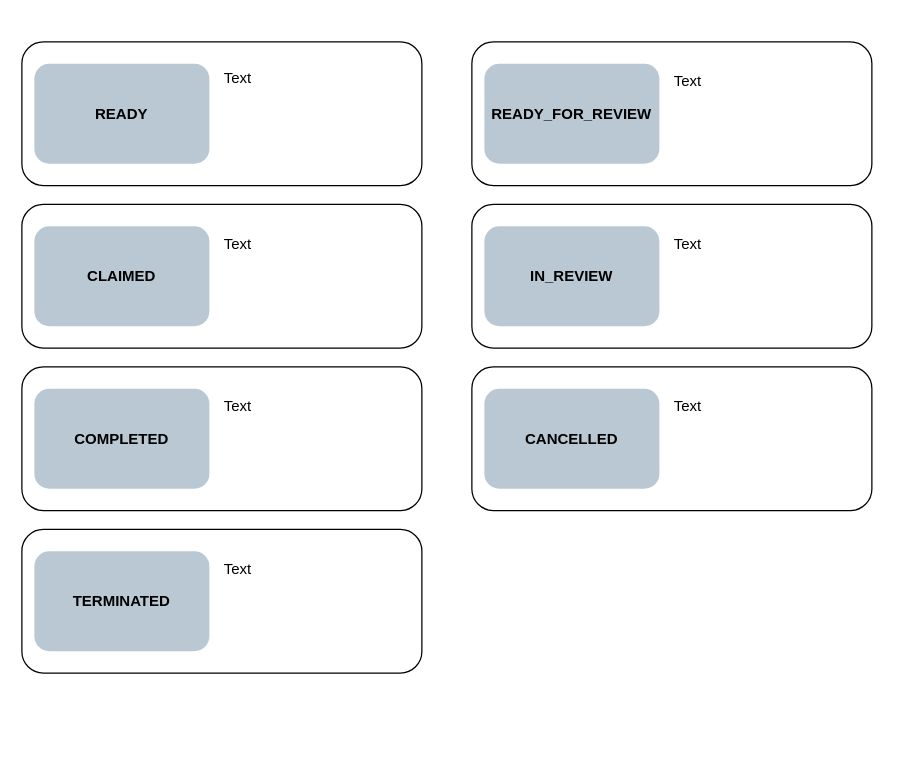
Earlier version of the draw.io diagram new-doc-structure/first-example/docs/user-guide/core-concepts/task-states.drawio (ryzheboka/taskana-doc). Source tidied: cells renumbered, new cells numbered last; positions are measured from the earlier drawing's top-left corner, leaving out a move shared by most shapes. Both pictures are drawn from the tidied source at 125%, with x=0, y=0 at pixel (21, 41).
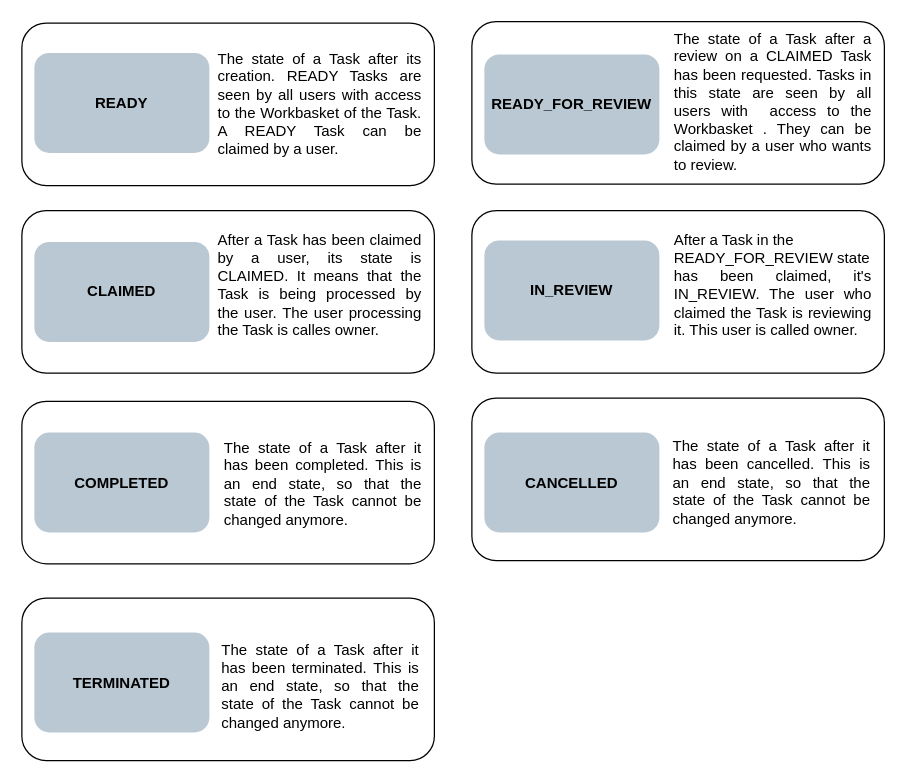
After the change.

The edit, as a diff of the source:
```diff
@@
     <mxCell id="2" style="rounded=1;whiteSpace=wrap;html=1;fillColor=none;" parent="1" vertex="1">
-      <mxGeometry x="360" y="260" width="320" height="115" as="geometry" />
+      <mxGeometry x="360" y="285" width="330" height="130" as="geometry" />
     </mxCell>
     <mxCell id="3" style="rounded=1;whiteSpace=wrap;html=1;fillColor=none;" parent="1" vertex="1">
-      <mxGeometry x="360" y="130" width="320" height="115" as="geometry" />
+      <mxGeometry x="360" y="135" width="330" height="130" as="geometry" />
     </mxCell>
     <mxCell id="4" style="rounded=1;whiteSpace=wrap;html=1;fillColor=none;" parent="1" vertex="1">
-      <mxGeometry y="390" width="320" height="115" as="geometry" />
+      <mxGeometry y="445" width="330" height="130" as="geometry" />
     </mxCell>
     <mxCell id="5" style="rounded=1;whiteSpace=wrap;html=1;fillColor=none;" parent="1" vertex="1">
-      <mxGeometry y="260" width="320" height="115" as="geometry" />
+      <mxGeometry y="287.5" width="330" height="130" as="geometry" />
     </mxCell>
     <mxCell id="6" style="rounded=1;whiteSpace=wrap;html=1;fillColor=none;" parent="1" vertex="1">
-      <mxGeometry y="130" width="320" height="115" as="geometry" />
+      <mxGeometry y="135" width="330" height="130" as="geometry" />
     </mxCell>
     <mxCell id="7" style="rounded=1;whiteSpace=wrap;html=1;fillColor=none;" parent="1" vertex="1">
-      <mxGeometry x="360" width="320" height="115" as="geometry" />
+      <mxGeometry x="360" y="-16.2" width="330" height="130" as="geometry" />
     </mxCell>
     <mxCell id="8" style="rounded=1;whiteSpace=wrap;html=1;fillColor=none;" parent="1" vertex="1">
-      <mxGeometry width="320" height="115" as="geometry" />
+      <mxGeometry y="-15" width="330" height="130" as="geometry" />
     </mxCell>
     <mxCell id="9" value="&lt;b&gt;CLAIMED&lt;/b&gt;" style="rounded=1;whiteSpace=wrap;html=1;fillColor=#bac8d3;strokeColor=none;" parent="1" vertex="1">
-      <mxGeometry x="10" y="147.5" width="140" height="80" as="geometry" />
+      <mxGeometry x="10" y="160" width="140" height="80" as="geometry" />
     </mxCell>
     <mxCell id="10" value="&lt;b&gt;READY&lt;/b&gt;" style="rounded=1;whiteSpace=wrap;html=1;fillColor=#bac8d3;strokeColor=none;" parent="1" vertex="1">
-      <mxGeometry x="10" y="17.5" width="140" height="80" as="geometry" />
+      <mxGeometry x="10" y="8.8" width="140" height="80" as="geometry" />
     </mxCell>
     <mxCell id="11" value="&lt;b&gt;READY_FOR_REVIEW&lt;/b&gt;" style="rounded=1;whiteSpace=wrap;html=1;fillColor=#bac8d3;strokeColor=none;" parent="1" vertex="1">
-      <mxGeometry x="370" y="17.5" width="140" height="80" as="geometry" />
+      <mxGeometry x="370" y="10" width="140" height="80" as="geometry" />
     </mxCell>
     <mxCell id="12" value="&lt;b&gt;IN_REVIEW&lt;/b&gt;" style="rounded=1;whiteSpace=wrap;html=1;fillColor=#bac8d3;strokeColor=none;" parent="1" vertex="1">
-      <mxGeometry x="370" y="147.5" width="140" height="80" as="geometry" />
+      <mxGeometry x="370" y="158.8" width="140" height="80" as="geometry" />
     </mxCell>
     <mxCell id="13" value="&lt;b&gt;COMPLETED&lt;/b&gt;" style="rounded=1;whiteSpace=wrap;html=1;fillColor=#bac8d3;strokeColor=none;" parent="1" vertex="1">
-      <mxGeometry x="10" y="277.5" width="140" height="80" as="geometry" />
+      <mxGeometry x="10" y="312.5" width="140" height="80" as="geometry" />
     </mxCell>
     <mxCell id="14" value="&lt;b&gt;CANCELLED&lt;/b&gt;" style="rounded=1;whiteSpace=wrap;html=1;fillColor=#bac8d3;strokeColor=none;" parent="1" vertex="1">
-      <mxGeometry x="370" y="277.5" width="140" height="80" as="geometry" />
+      <mxGeometry x="370" y="312.5" width="140" height="80" as="geometry" />
     </mxCell>
     <mxCell id="15" value="&lt;b&gt;TERMINATED&lt;/b&gt;" style="rounded=1;whiteSpace=wrap;html=1;fillColor=#bac8d3;strokeColor=none;" parent="1" vertex="1">
-      <mxGeometry x="10" y="407.5" width="140" height="80" as="geometry" />
+      <mxGeometry x="10" y="472.5" width="140" height="80" as="geometry" />
     </mxCell>
-    <mxCell id="16" value="Text" style="rounded=0;whiteSpace=wrap;html=1;fillColor=none;align=left;strokeColor=none;verticalAlign=top;" parent="1" vertex="1">
-      <mxGeometry x="160" y="15" width="140" height="80" as="geometry" />
+    <mxCell id="16" value="&lt;div style=&quot;text-align: justify&quot;&gt;&lt;span&gt;The state of a Task after its creation. READY Tasks are seen by all users with access to the Workbasket of the Task. A READY Task can be claimed by a user.&lt;/span&gt;&lt;/div&gt;" style="rounded=0;whiteSpace=wrap;html=1;fillColor=none;align=left;strokeColor=none;verticalAlign=top;" parent="1" vertex="1">
+      <mxGeometry x="155" width="165" height="97.5" as="geometry" />
     </mxCell>
-    <mxCell id="17" value="Text" style="rounded=0;whiteSpace=wrap;html=1;fillColor=none;align=left;strokeColor=none;verticalAlign=top;" parent="1" vertex="1">
-      <mxGeometry x="160" y="147.5" width="140" height="80" as="geometry" />
+    <mxCell id="17" value="&lt;div style=&quot;text-align: justify&quot;&gt;&lt;span&gt;After a Task has been claimed by a user, its state is CLAIMED. It means that the Task is being processed by the user. The user processing the Task is calles owner.&lt;/span&gt;&lt;/div&gt;" style="rounded=0;whiteSpace=wrap;html=1;fillColor=none;align=left;strokeColor=none;verticalAlign=top;" parent="1" vertex="1">
+      <mxGeometry x="155" y="145" width="165" height="107.5" as="geometry" />
     </mxCell>
-    <mxCell id="18" value="Text" style="rounded=0;whiteSpace=wrap;html=1;fillColor=none;align=left;strokeColor=none;verticalAlign=top;" parent="1" vertex="1">
-      <mxGeometry x="160" y="277.5" width="140" height="80" as="geometry" />
+    <mxCell id="18" value="&lt;div style=&quot;text-align: justify&quot;&gt;&lt;span&gt;The state of a Task after it has been completed. This is an end state, so that the state of the Task cannot be changed anymore.&lt;/span&gt;&lt;/div&gt;" style="rounded=0;whiteSpace=wrap;html=1;fillColor=none;align=left;strokeColor=none;verticalAlign=top;" parent="1" vertex="1">
+      <mxGeometry x="160" y="311.2" width="160" height="80" as="geometry" />
     </mxCell>
-    <mxCell id="19" value="Text" style="rounded=0;whiteSpace=wrap;html=1;fillColor=none;align=left;strokeColor=none;verticalAlign=top;" parent="1" vertex="1">
-      <mxGeometry x="160" y="407.5" width="140" height="80" as="geometry" />
+    <mxCell id="19" value="&lt;div style=&quot;text-align: justify&quot;&gt;&lt;span&gt;The state of a Task after it has been terminated.&amp;nbsp;&lt;/span&gt;&lt;span&gt;This is an end state, so that the state of the Task cannot be changed anymore.&lt;/span&gt;&lt;/div&gt;" style="rounded=0;whiteSpace=wrap;html=1;fillColor=none;align=right;strokeColor=none;verticalAlign=top;" parent="1" vertex="1">
+      <mxGeometry x="160" y="472.5" width="160" height="80" as="geometry" />
     </mxCell>
-    <mxCell id="20" value="Text" style="rounded=0;whiteSpace=wrap;html=1;fillColor=none;align=left;strokeColor=none;verticalAlign=top;" parent="1" vertex="1">
-      <mxGeometry x="520" y="17.5" width="140" height="80" as="geometry" />
+    <mxCell id="20" value="&lt;div style=&quot;text-align: justify&quot;&gt;&lt;span&gt;The state of a Task after a review on a CLAIMED Task has been requested. Tasks in this state are seen by all users with&amp;nbsp; access to the Workbasket . They can be claimed by a user who wants to review.&lt;/span&gt;&lt;/div&gt;&lt;div style=&quot;text-align: justify&quot;&gt;&lt;span&gt;&amp;nbsp;&lt;/span&gt;&lt;/div&gt;" style="rounded=0;whiteSpace=wrap;html=1;fillColor=none;align=left;strokeColor=none;verticalAlign=top;" parent="1" vertex="1">
+      <mxGeometry x="520" y="-16.2" width="160" height="120" as="geometry" />
     </mxCell>
-    <mxCell id="21" value="Text" style="rounded=0;whiteSpace=wrap;html=1;fillColor=none;align=left;strokeColor=none;verticalAlign=top;" parent="1" vertex="1">
-      <mxGeometry x="520" y="147.5" width="140" height="80" as="geometry" />
+    <mxCell id="21" value="&lt;div style=&quot;text-align: justify&quot;&gt;&lt;span&gt;After a Task in the&amp;nbsp;&lt;/span&gt;&lt;/div&gt;&lt;span style=&quot;text-align: justify&quot;&gt;READY_FOR_REVIEW state&lt;/span&gt;&lt;div style=&quot;text-align: justify&quot;&gt;&lt;span&gt;has been claimed, it's IN_REVIEW. The user who claimed the Task is reviewing it. This user is called owner.&lt;/span&gt;&lt;/div&gt;" style="rounded=0;whiteSpace=wrap;html=1;fillColor=none;align=left;strokeColor=none;verticalAlign=top;" parent="1" vertex="1">
+      <mxGeometry x="520" y="145" width="160" height="110" as="geometry" />
     </mxCell>
-    <mxCell id="22" value="Text" style="rounded=0;whiteSpace=wrap;html=1;fillColor=none;align=left;strokeColor=none;verticalAlign=top;" parent="1" vertex="1">
-      <mxGeometry x="520" y="277.5" width="140" height="80" as="geometry" />
+    <mxCell id="22" value="&lt;div style=&quot;text-align: justify&quot;&gt;&lt;span&gt;The state of a Task after it has been cancelled.&amp;nbsp;&lt;/span&gt;&lt;span&gt;This is an end state, so that the state of the Task cannot be changed anymore.&lt;/span&gt;&lt;/div&gt;" style="rounded=0;whiteSpace=wrap;html=1;fillColor=none;align=center;strokeColor=none;verticalAlign=top;" parent="1" vertex="1">
+      <mxGeometry x="520" y="310" width="160" height="80" as="geometry" />
     </mxCell>
```
